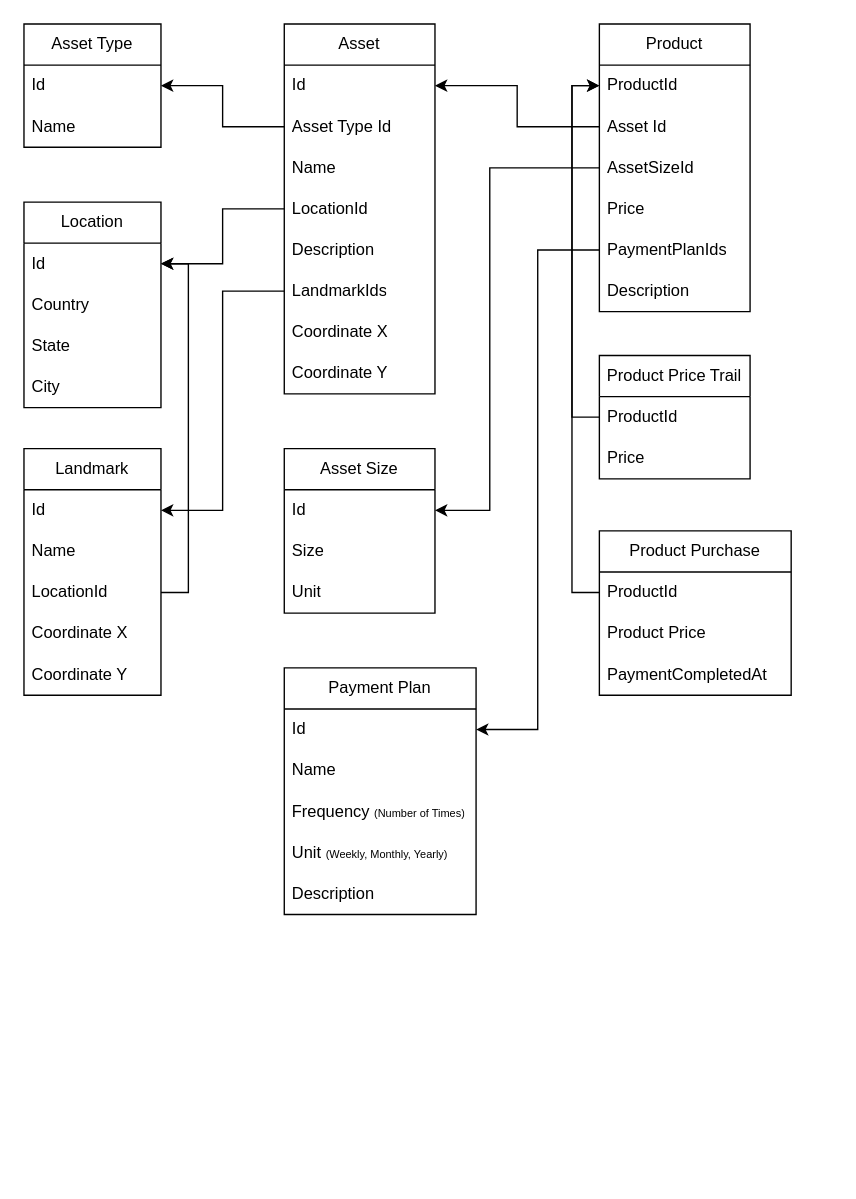
This is sellperty.drawio from isaac-code/diagrams, a draw.io file, before an edit. Source tidied: cells renumbered, new cells numbered last; positions are measured from the earlier drawing's top-left corner, leaving out a move shared by most shapes. Both pictures are drawn from the tidied source at 137%, with x=0, y=0 at pixel (23, 23).
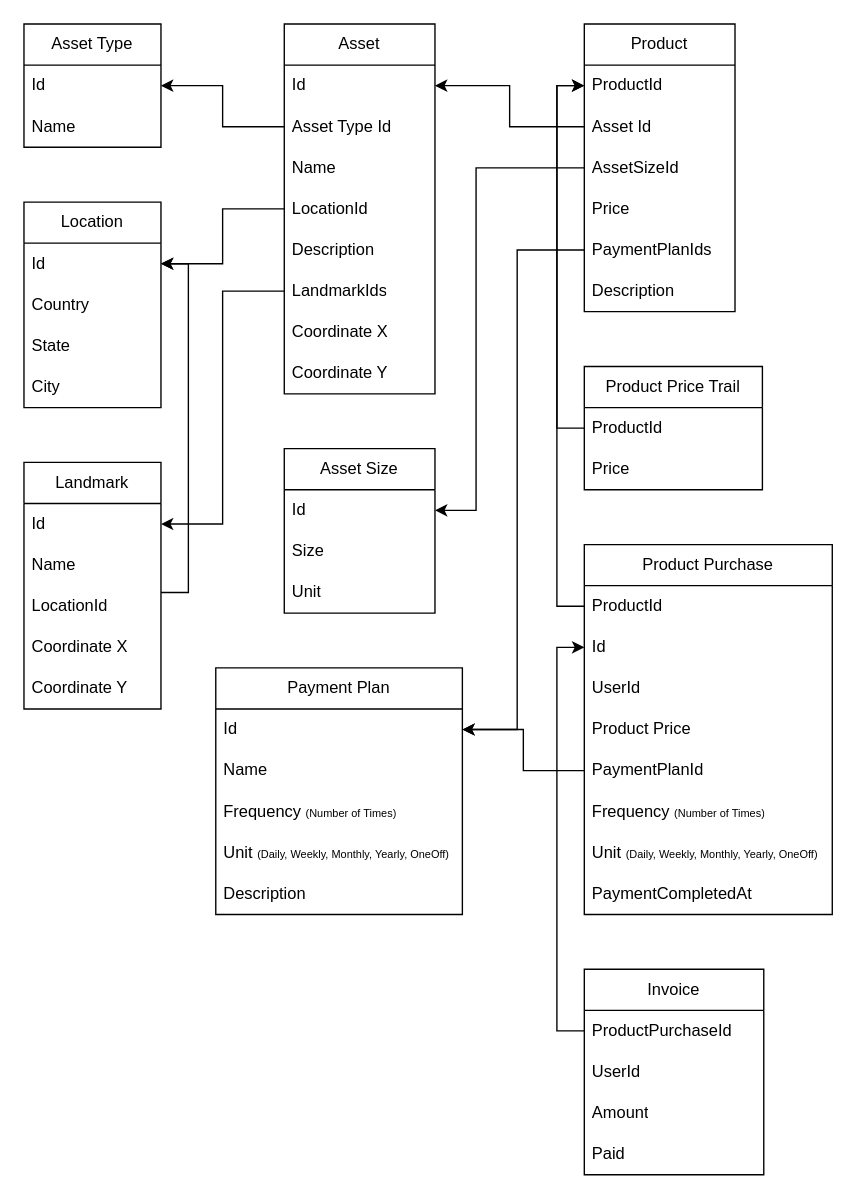
Above is the later version.

Unchanged cells that the change refers to:
```xml
<mxCell id="20" value="Id" style="text;strokeColor=none;fillColor=none;align=left;verticalAlign=middle;spacingLeft=4;spacingRight=4;overflow=hidden;points=[[0,0.5],[1,0.5]];portConstraint=eastwest;whiteSpace=wrap;html=1;" parent="19" vertex="1">
  <mxGeometry y="30" width="110" height="30" as="geometry" />
</mxCell>
<mxCell id="30" value="ProductId" style="text;strokeColor=none;fillColor=none;align=left;verticalAlign=middle;spacingLeft=4;spacingRight=4;overflow=hidden;points=[[0,0.5],[1,0.5]];portConstraint=eastwest;whiteSpace=wrap;html=1;" parent="29" vertex="1">
  <mxGeometry y="30" width="110" height="30" as="geometry" />
</mxCell>
<mxCell id="32" value="AssetSizeId" style="text;strokeColor=none;fillColor=none;align=left;verticalAlign=middle;spacingLeft=4;spacingRight=4;overflow=hidden;points=[[0,0.5],[1,0.5]];portConstraint=eastwest;whiteSpace=wrap;html=1;" parent="29" vertex="1">
  <mxGeometry y="90" width="110" height="30" as="geometry" />
</mxCell>
<mxCell id="34" value="PaymentPlanIds" style="text;strokeColor=none;fillColor=none;align=left;verticalAlign=middle;spacingLeft=4;spacingRight=4;overflow=hidden;points=[[0,0.5],[1,0.5]];portConstraint=eastwest;whiteSpace=wrap;html=1;" parent="29" vertex="1">
  <mxGeometry y="150" width="110" height="30" as="geometry" />
</mxCell>
```

The edit, as a diff of the source:
```diff
@@
     <mxCell id="23" value="Landmark" style="swimlane;fontStyle=0;horizontal=1;startSize=30;whiteSpace=wrap;html=1;" parent="1" vertex="1">
-      <mxGeometry y="310" width="100" height="180" as="geometry" />
+      <mxGeometry y="320" width="100" height="180" as="geometry" />
     </mxCell>
@@
     <mxCell id="29" value="Product" style="swimlane;fontStyle=0;horizontal=1;startSize=30;whiteSpace=wrap;html=1;" parent="1" vertex="1">
-      <mxGeometry x="420" width="110" height="210" as="geometry" />
+      <mxGeometry x="409" width="110" height="210" as="geometry" />
     </mxCell>
@@
     <mxCell id="36" value="Payment Plan" style="swimlane;fontStyle=0;horizontal=1;startSize=30;whiteSpace=wrap;html=1;" parent="1" vertex="1">
-      <mxGeometry x="190" y="470" width="140" height="180" as="geometry" />
+      <mxGeometry x="140" y="470" width="180" height="180" as="geometry" />
     </mxCell>
     <mxCell id="37" value="Id" style="text;strokeColor=none;fillColor=none;align=left;verticalAlign=middle;spacingLeft=4;spacingRight=4;overflow=hidden;points=[[0,0.5],[1,0.5]];portConstraint=eastwest;whiteSpace=wrap;html=1;" parent="36" vertex="1">
-      <mxGeometry y="30" width="140" height="30" as="geometry" />
+      <mxGeometry y="30" width="180" height="30" as="geometry" />
     </mxCell>
     <mxCell id="38" value="Name" style="text;strokeColor=none;fillColor=none;align=left;verticalAlign=middle;spacingLeft=4;spacingRight=4;overflow=hidden;whiteSpace=wrap;html=1;" parent="36" vertex="1">
-      <mxGeometry y="60" width="140" height="30" as="geometry" />
+      <mxGeometry y="60" width="180" height="30" as="geometry" />
     </mxCell>
     <mxCell id="39" value="Frequency &lt;font style=&quot;font-size: 8px;&quot;&gt;(Number of Times)&lt;/font&gt;" style="text;strokeColor=none;fillColor=none;align=left;verticalAlign=middle;spacingLeft=4;spacingRight=4;overflow=hidden;whiteSpace=wrap;html=1;" parent="36" vertex="1">
-      <mxGeometry y="90" width="140" height="30" as="geometry" />
+      <mxGeometry y="90" width="180" height="30" as="geometry" />
     </mxCell>
-    <mxCell id="40" value="Unit&amp;nbsp;&lt;font style=&quot;font-size: 8px;&quot;&gt;(Weekly, Monthly, Yearly)&lt;/font&gt;" style="text;strokeColor=none;fillColor=none;align=left;verticalAlign=middle;spacingLeft=4;spacingRight=4;overflow=hidden;whiteSpace=wrap;html=1;" parent="36" vertex="1">
-      <mxGeometry y="120" width="140" height="30" as="geometry" />
+    <mxCell id="40" value="Unit&amp;nbsp;&lt;font style=&quot;font-size: 8px;&quot;&gt;(Daily, Weekly, Monthly, Yearly, OneOff)&lt;/font&gt;" style="text;strokeColor=none;fillColor=none;align=left;verticalAlign=middle;spacingLeft=4;spacingRight=4;overflow=hidden;whiteSpace=wrap;html=1;" parent="36" vertex="1">
+      <mxGeometry y="120" width="180" height="30" as="geometry" />
     </mxCell>
     <mxCell id="41" value="Description" style="text;strokeColor=none;fillColor=none;align=left;verticalAlign=middle;spacingLeft=4;spacingRight=4;overflow=hidden;whiteSpace=wrap;html=1;" parent="36" vertex="1">
-      <mxGeometry y="150" width="140" height="30" as="geometry" />
+      <mxGeometry y="150" width="180" height="30" as="geometry" />
     </mxCell>
     <mxCell id="42" value="Product Price Trail" style="swimlane;fontStyle=0;horizontal=1;startSize=30;whiteSpace=wrap;html=1;" parent="1" vertex="1">
-      <mxGeometry x="420" y="242" width="110" height="90" as="geometry" />
+      <mxGeometry x="409" y="250" width="130" height="90" as="geometry" />
     </mxCell>
     <mxCell id="43" value="ProductId" style="text;strokeColor=none;fillColor=none;align=left;verticalAlign=middle;spacingLeft=4;spacingRight=4;overflow=hidden;points=[[0,0.5],[1,0.5]];portConstraint=eastwest;whiteSpace=wrap;html=1;" parent="42" vertex="1">
-      <mxGeometry y="30" width="110" height="30" as="geometry" />
+      <mxGeometry y="30" width="130" height="30" as="geometry" />
     </mxCell>
     <mxCell id="44" value="Price" style="text;strokeColor=none;fillColor=none;align=left;verticalAlign=middle;spacingLeft=4;spacingRight=4;overflow=hidden;whiteSpace=wrap;html=1;" parent="42" vertex="1">
-      <mxGeometry y="60" width="110" height="30" as="geometry" />
+      <mxGeometry y="60" width="130" height="30" as="geometry" />
     </mxCell>
@@
     <mxCell id="49" style="edgeStyle=orthogonalEdgeStyle;rounded=0;jettySize=auto;html=1;entryX=1;entryY=0.5;entryDx=0;entryDy=0;" parent="1" edge="1" source="32" target="20">
       <mxGeometry relative="1" as="geometry">
         <Array as="points">
-          <mxPoint x="340" y="105" />
-          <mxPoint x="340" y="355" />
+          <mxPoint x="330" y="105" />
+          <mxPoint x="330" y="355" />
         </Array>
       </mxGeometry>
     </mxCell>
@@
     <mxCell id="51" style="edgeStyle=orthogonalEdgeStyle;rounded=0;jettySize=auto;html=1;entryX=1;entryY=0.5;entryDx=0;entryDy=0;" parent="1" edge="1" source="34" target="37">
-      <mxGeometry relative="1" as="geometry" />
+      <mxGeometry relative="1" as="geometry">
+        <Array as="points">
+          <mxPoint x="360" y="165" />
+          <mxPoint x="360" y="515" />
+        </Array>
+      </mxGeometry>
     </mxCell>
-    <mxCell id="52" style="edgeStyle=orthogonalEdgeStyle;rounded=0;jettySize=auto;html=1;entryX=0;entryY=0.5;entryDx=0;entryDy=0;" parent="1" edge="1" source="43" target="30">
-      <mxGeometry relative="1" as="geometry" />
-    </mxCell>
     <mxCell id="53" value="Product Purchase" style="swimlane;fontStyle=0;horizontal=1;startSize=30;whiteSpace=wrap;html=1;" parent="1" vertex="1">
-      <mxGeometry x="420" y="370" width="140" height="120" as="geometry" />
+      <mxGeometry x="409" y="380" width="181" height="270" as="geometry" />
     </mxCell>
     <mxCell id="54" value="ProductId" style="text;strokeColor=none;fillColor=none;align=left;verticalAlign=middle;spacingLeft=4;spacingRight=4;overflow=hidden;points=[[0,0.5],[1,0.5]];portConstraint=eastwest;whiteSpace=wrap;html=1;" parent="53" vertex="1">
-      <mxGeometry y="30" width="140" height="30" as="geometry" />
+      <mxGeometry y="30" width="181" height="30" as="geometry" />
     </mxCell>
+    <mxCell id="58" value="Id" style="text;strokeColor=none;fillColor=none;align=left;verticalAlign=middle;spacingLeft=4;spacingRight=4;overflow=hidden;points=[[0,0.5],[1,0.5]];portConstraint=eastwest;whiteSpace=wrap;html=1;" parent="53" vertex="1">
+      <mxGeometry y="60" width="181" height="30" as="geometry" />
+    </mxCell>
+    <mxCell id="59" value="UserId" style="text;strokeColor=none;fillColor=none;align=left;verticalAlign=middle;spacingLeft=4;spacingRight=4;overflow=hidden;whiteSpace=wrap;html=1;" parent="53" vertex="1">
+      <mxGeometry y="90" width="181" height="30" as="geometry" />
+    </mxCell>
     <mxCell id="55" value="Product Price" style="text;strokeColor=none;fillColor=none;align=left;verticalAlign=middle;spacingLeft=4;spacingRight=4;overflow=hidden;whiteSpace=wrap;html=1;" parent="53" vertex="1">
-      <mxGeometry y="60" width="140" height="30" as="geometry" />
+      <mxGeometry y="120" width="181" height="30" as="geometry" />
     </mxCell>
+    <mxCell id="60" value="PaymentPlanId" style="text;strokeColor=none;fillColor=none;align=left;verticalAlign=middle;spacingLeft=4;spacingRight=4;overflow=hidden;points=[[0,0.5],[1,0.5]];portConstraint=eastwest;whiteSpace=wrap;html=1;" parent="53" vertex="1">
+      <mxGeometry y="150" width="181" height="30" as="geometry" />
+    </mxCell>
+    <mxCell id="61" value="Frequency&amp;nbsp;&lt;font style=&quot;font-size: 8px;&quot;&gt;(Number of Times)&lt;/font&gt;" style="text;strokeColor=none;fillColor=none;align=left;verticalAlign=middle;spacingLeft=4;spacingRight=4;overflow=hidden;whiteSpace=wrap;html=1;" parent="53" vertex="1">
+      <mxGeometry y="180" width="181" height="30" as="geometry" />
+    </mxCell>
+    <mxCell id="62" value="Unit&amp;nbsp;&lt;font style=&quot;font-size: 8px;&quot;&gt;(Daily,&amp;nbsp;Weekly, Monthly, Yearly, OneOff)&lt;/font&gt;" style="text;strokeColor=none;fillColor=none;align=left;verticalAlign=middle;spacingLeft=4;spacingRight=4;overflow=hidden;whiteSpace=wrap;html=1;" parent="53" vertex="1">
+      <mxGeometry y="210" width="181" height="30" as="geometry" />
+    </mxCell>
     <mxCell id="56" value="PaymentCompletedAt" style="text;strokeColor=none;fillColor=none;align=left;verticalAlign=middle;spacingLeft=4;spacingRight=4;overflow=hidden;whiteSpace=wrap;html=1;" parent="53" vertex="1">
-      <mxGeometry y="90" width="140" height="30" as="geometry" />
+      <mxGeometry y="240" width="181" height="30" as="geometry" />
     </mxCell>
@@
+    <mxCell id="52" style="edgeStyle=orthogonalEdgeStyle;rounded=0;jettySize=auto;html=1;entryX=0;entryY=0.5;entryDx=0;entryDy=0;" parent="1" edge="1" source="43" target="30">
+      <mxGeometry relative="1" as="geometry" />
+    </mxCell>
+    <mxCell id="63" value="Invoice" style="swimlane;fontStyle=0;horizontal=1;startSize=30;whiteSpace=wrap;html=1;" parent="1" vertex="1">
+      <mxGeometry x="409" y="690" width="131" height="150" as="geometry" />
+    </mxCell>
+    <mxCell id="64" value="ProductPurchaseId" style="text;strokeColor=none;fillColor=none;align=left;verticalAlign=middle;spacingLeft=4;spacingRight=4;overflow=hidden;points=[[0,0.5],[1,0.5]];portConstraint=eastwest;whiteSpace=wrap;html=1;" parent="63" vertex="1">
+      <mxGeometry y="30" width="131" height="30" as="geometry" />
+    </mxCell>
+    <mxCell id="65" value="UserId" style="text;strokeColor=none;fillColor=none;align=left;verticalAlign=middle;spacingLeft=4;spacingRight=4;overflow=hidden;whiteSpace=wrap;html=1;" parent="63" vertex="1">
+      <mxGeometry y="60" width="131" height="30" as="geometry" />
+    </mxCell>
+    <mxCell id="66" value="Amount" style="text;strokeColor=none;fillColor=none;align=left;verticalAlign=middle;spacingLeft=4;spacingRight=4;overflow=hidden;whiteSpace=wrap;html=1;" parent="63" vertex="1">
+      <mxGeometry y="90" width="131" height="30" as="geometry" />
+    </mxCell>
+    <mxCell id="67" value="Paid" style="text;strokeColor=none;fillColor=none;align=left;verticalAlign=middle;spacingLeft=4;spacingRight=4;overflow=hidden;whiteSpace=wrap;html=1;" parent="63" vertex="1">
+      <mxGeometry y="120" width="131" height="30" as="geometry" />
+    </mxCell>
+    <mxCell id="68" style="edgeStyle=orthogonalEdgeStyle;rounded=0;jettySize=auto;html=1;entryX=1;entryY=0.5;entryDx=0;entryDy=0;" parent="1" edge="1" source="60" target="37">
+      <mxGeometry relative="1" as="geometry" />
+    </mxCell>
+    <mxCell id="69" style="edgeStyle=orthogonalEdgeStyle;rounded=0;jettySize=auto;html=1;entryX=0;entryY=0.5;entryDx=0;entryDy=0;" parent="1" edge="1" source="64" target="58">
+      <mxGeometry relative="1" as="geometry">
+        <Array as="points">
+          <mxPoint x="389" y="735" />
+          <mxPoint x="389" y="455" />
+        </Array>
+      </mxGeometry>
+    </mxCell>
```
